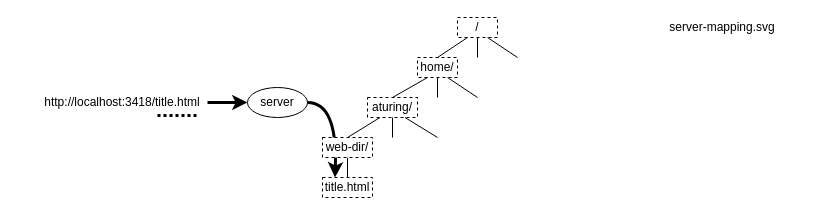
This is drawio/server2.drawio from software-tools-books/js4ds, a draw.io file, before an edit. Source tidied: cells renumbered, new cells numbered last; positions are measured from the earlier drawing's top-left corner, leaving out a move shared by most shapes. Both pictures are drawn from the tidied source at 100%, with x=0, y=0 at pixel (37, 17).
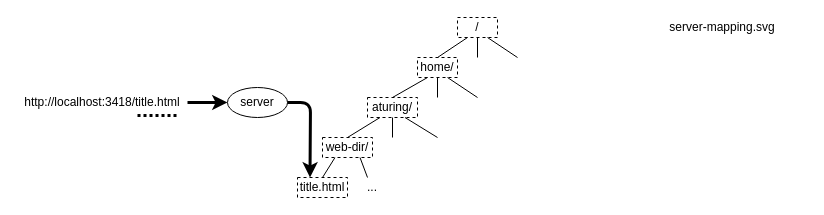
The same page after the edit.

Unchanged cells that the change refers to:
```xml
<mxCell id="17" value="web-dir/" style="text;html=1;strokeColor=#000000;fillColor=#ffffff;align=center;verticalAlign=middle;whiteSpace=wrap;rounded=0;dashed=1;" parent="1" vertex="1">
  <mxGeometry x="285" y="120" width="50" height="20" as="geometry" />
</mxCell>
```

The edit, as a diff of the source:
```diff
@@
-    <mxCell id="2" style="curved=1;endArrow=classic;html=1;entryX=0.25;entryY=0;entryDx=0;entryDy=0;exitX=1;exitY=0.5;exitDx=0;exitDy=0;strokeWidth=3;" parent="1" edge="1" source="19" target="18">
-      <mxGeometry relative="1" as="geometry">
-        <Array as="points">
-          <mxPoint x="300" y="85" />
-        </Array>
-      </mxGeometry>
-    </mxCell>
     <mxCell id="3" value="http://localhost:3418/title.html" style="text;html=1;strokeColor=none;fillColor=none;align=center;verticalAlign=middle;whiteSpace=wrap;rounded=0;" parent="1" vertex="1">
-      <mxGeometry y="75" width="170" height="20" as="geometry" />
+      <mxGeometry x="-20" y="75" width="170" height="20" as="geometry" />
     </mxCell>
@@
-    <mxCell id="13" style="endArrow=none;html=1;entryX=0.5;entryY=1;entryDx=0;entryDy=0;exitX=0.5;exitY=0;exitDx=0;exitDy=0;" parent="1" edge="1" source="18" target="17">
+    <mxCell id="13" style="endArrow=none;html=1;entryX=0.25;entryY=1;entryDx=0;entryDy=0;exitX=0.5;exitY=0;exitDx=0;exitDy=0;" parent="1" edge="1" source="18" target="17">
       <mxGeometry relative="1" as="geometry" />
     </mxCell>
@@
     <mxCell id="18" value="title.html" style="text;html=1;strokeColor=#000000;fillColor=none;align=center;verticalAlign=middle;whiteSpace=wrap;rounded=0;dashed=1;" parent="1" vertex="1">
-      <mxGeometry x="285" y="160" width="50" height="20" as="geometry" />
+      <mxGeometry x="260" y="160" width="50" height="20" as="geometry" />
     </mxCell>
     <mxCell id="19" value="server" style="ellipse;whiteSpace=wrap;html=1;fillColor=none;" parent="1" vertex="1">
-      <mxGeometry x="210" y="70" width="60" height="30" as="geometry" />
+      <mxGeometry x="190" y="70" width="60" height="30" as="geometry" />
     </mxCell>
@@
     <mxCell id="22" style="endArrow=none;html=1;strokeWidth=3;dashed=1;dashPattern=1 1;" parent="1" edge="1">
       <mxGeometry relative="1" as="geometry">
-        <mxPoint x="120" y="98" as="sourcePoint" />
-        <mxPoint x="160" y="98" as="targetPoint" />
+        <mxPoint x="100" y="98" as="sourcePoint" />
+        <mxPoint x="140" y="98" as="targetPoint" />
       </mxGeometry>
     </mxCell>
+    <mxCell id="23" style="endArrow=none;html=1;entryX=0.75;entryY=1;entryDx=0;entryDy=0;" parent="1" edge="1" target="17">
+      <mxGeometry relative="1" as="geometry">
+        <mxPoint x="330" y="160" as="sourcePoint" />
+      </mxGeometry>
+    </mxCell>
+    <mxCell id="24" value="..." style="text;html=1;strokeColor=none;fillColor=none;align=center;verticalAlign=middle;whiteSpace=wrap;rounded=0;" parent="1" vertex="1">
+      <mxGeometry x="315" y="160" width="40" height="20" as="geometry" />
+    </mxCell>
+    <mxCell id="2" style="endArrow=classic;html=1;entryX=0.25;entryY=0;entryDx=0;entryDy=0;exitX=1;exitY=0.5;exitDx=0;exitDy=0;strokeWidth=3;" parent="1" edge="1" source="19" target="18">
+      <mxGeometry relative="1" as="geometry">
+        <Array as="points">
+          <mxPoint x="273" y="85" />
+        </Array>
+      </mxGeometry>
+    </mxCell>
```
